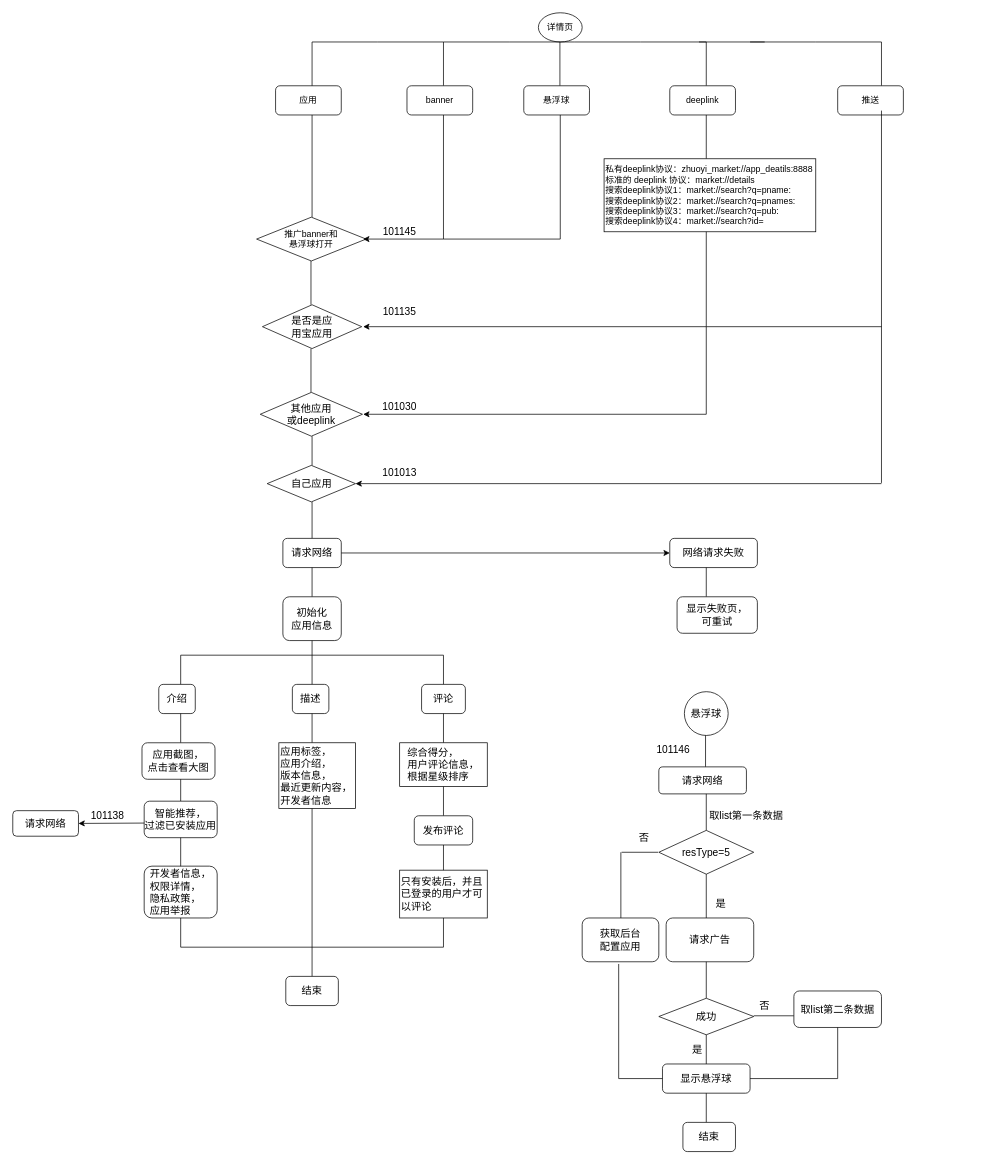
The draw.io diagram page "Page-1" (1 of 3) of screen/Untitled Diagram.drawio in scottcod/Wandroid, before the edit. Source tidied: cells renumbered, new cells numbered last; positions are measured from the earlier drawing's top-left corner, leaving out a move shared by most shapes. Both pictures are drawn from the tidied source at 73%, with x=0, y=0 at pixel (12, 12).
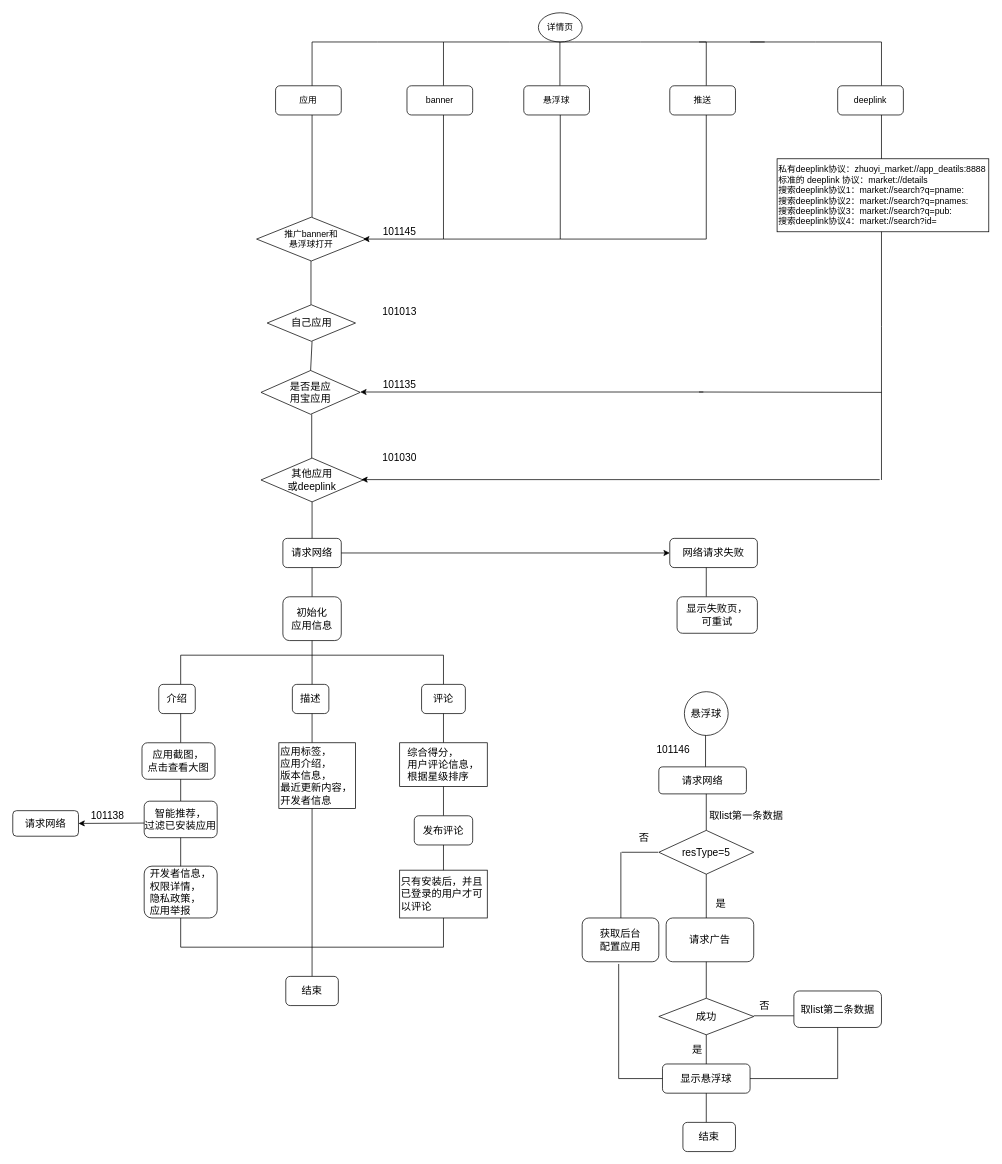
Above is the later version.

Change to the diagram source:
```diff
@@
-    <mxCell id="20" value="deeplink" style="rounded=1;whiteSpace=wrap;html=1;" parent="1" vertex="1">
+    <mxCell id="20" value="推送" style="rounded=1;whiteSpace=wrap;html=1;" parent="1" vertex="1">
       <mxGeometry x="900" y="100" width="90" height="40" as="geometry" />
     </mxCell>
-    <mxCell id="21" value="推送" style="rounded=1;whiteSpace=wrap;html=1;" parent="1" vertex="1">
+    <mxCell id="21" value="deeplink" style="rounded=1;whiteSpace=wrap;html=1;" parent="1" vertex="1">
       <mxGeometry x="1130" y="100" width="90" height="40" as="geometry" />
     </mxCell>
@@
     <mxCell id="24" style="endArrow=none;html=1;endSize=6;" parent="1" edge="1">
       <mxGeometry relative="1" as="geometry">
-        <mxPoint x="950" y="200" as="sourcePoint" />
+        <mxPoint x="950" y="310" as="sourcePoint" />
         <mxPoint x="950" y="140" as="targetPoint" />
       </mxGeometry>
     </mxCell>
     <mxCell id="25" value="&lt;div&gt;私有deeplink协议：zhuoyi_market://app_deatils:8888&lt;/div&gt;&lt;div&gt;标准的 deeplink 协议：market://details&lt;/div&gt;&lt;div&gt;搜索deeplink协议1：market://search?q=pname:&lt;/div&gt;&lt;div&gt;搜索deeplink协议2：market://search?q=pnames:&lt;/div&gt;&lt;div&gt;搜索deeplink协议3：market://search?q=pub:&lt;/div&gt;&lt;div&gt;搜索deeplink协议4：market://search?id=&lt;/div&gt;" style="rounded=0;whiteSpace=wrap;html=1;align=left;" parent="1" vertex="1">
-      <mxGeometry x="810" y="200" width="290" height="100" as="geometry" />
+      <mxGeometry x="1047" y="200" width="290" height="100" as="geometry" />
     </mxCell>
     <mxCell id="26" style="endArrow=none;html=1;endSize=6;" parent="1" edge="1">
       <mxGeometry relative="1" as="geometry">
-        <mxPoint x="408.5" y="520" as="sourcePoint" />
-        <mxPoint x="408.5" y="460" as="targetPoint" />
+        <mxPoint x="409.5" y="610" as="sourcePoint" />
+        <mxPoint x="409.5" y="550" as="targetPoint" />
       </mxGeometry>
     </mxCell>
@@
     <mxCell id="28" value="其他应用&lt;br&gt;或deeplink" style="rhombus;whiteSpace=wrap;html=1;fontSize=14;align=center;" parent="1" vertex="1">
-      <mxGeometry x="339" y="520" width="140" height="60" as="geometry" />
+      <mxGeometry x="340" y="610" width="140" height="60" as="geometry" />
     </mxCell>
     <mxCell id="29" value="自己应用" style="rhombus;whiteSpace=wrap;html=1;fontSize=14;align=center;" parent="1" vertex="1">
-      <mxGeometry x="348.5" y="620" width="121" height="50" as="geometry" />
+      <mxGeometry x="348.5" y="400" width="121" height="50" as="geometry" />
     </mxCell>
-    <mxCell id="30" style="endArrow=none;html=1;fontSize=14;endSize=6;" parent="1" edge="1">
-      <mxGeometry relative="1" as="geometry">
-        <mxPoint x="410" y="620" as="sourcePoint" />
-        <mxPoint x="410" y="580" as="targetPoint" />
-      </mxGeometry>
-    </mxCell>
@@
-    <mxCell id="35" style="endArrow=none;html=1;fontSize=14;endSize=6;" parent="1" edge="1">
-      <mxGeometry relative="1" as="geometry">
-        <mxPoint x="950" y="430" as="sourcePoint" />
-        <mxPoint x="950" y="300" as="targetPoint" />
-      </mxGeometry>
-    </mxCell>
     <mxCell id="36" style="endArrow=classic;html=1;fontSize=14;endSize=6;" parent="1" edge="1">
       <mxGeometry relative="1" as="geometry">
-        <mxPoint x="950" y="430" as="sourcePoint" />
-        <mxPoint x="480" y="430" as="targetPoint" />
+        <mxPoint x="946" y="519.5" as="sourcePoint" />
+        <mxPoint x="476" y="519.5" as="targetPoint" />
       </mxGeometry>
     </mxCell>
-    <mxCell id="37" style="endArrow=none;html=1;fontSize=14;endSize=6;" parent="1" edge="1">
-      <mxGeometry relative="1" as="geometry">
-        <mxPoint x="950" y="550" as="sourcePoint" />
-        <mxPoint x="950" y="430" as="targetPoint" />
-      </mxGeometry>
-    </mxCell>
     <mxCell id="38" style="endArrow=classic;html=1;fontSize=14;endSize=6;" parent="1" edge="1">
       <mxGeometry relative="1" as="geometry">
-        <mxPoint x="950" y="550" as="sourcePoint" />
-        <mxPoint x="480" y="550" as="targetPoint" />
+        <mxPoint x="1187.5" y="639.5" as="sourcePoint" />
+        <mxPoint x="477.5" y="639.5" as="targetPoint" />
       </mxGeometry>
     </mxCell>
-    <mxCell id="39" style="endArrow=none;html=1;fontSize=14;endSize=6;" parent="1" edge="1">
-      <mxGeometry relative="1" as="geometry">
-        <mxPoint x="1190" y="644" as="sourcePoint" />
-        <mxPoint x="1190" y="134" as="targetPoint" />
-      </mxGeometry>
-    </mxCell>
-    <mxCell id="40" style="endArrow=classic;html=1;fontSize=14;endSize=6;entryX=1;entryY=0.5;entryDx=0;entryDy=0;" parent="1" edge="1" target="29">
-      <mxGeometry relative="1" as="geometry">
-        <mxPoint x="1190" y="645" as="sourcePoint" />
-      </mxGeometry>
-    </mxCell>
@@
     <mxCell id="45" value="是否是应&lt;br&gt;用宝应用" style="rhombus;whiteSpace=wrap;html=1;fontSize=14;align=center;" parent="1" vertex="1">
-      <mxGeometry x="342" y="400" width="136" height="60" as="geometry" />
+      <mxGeometry x="340" y="490" width="136" height="60" as="geometry" />
     </mxCell>
     <mxCell id="46" style="endArrow=none;html=1;fontSize=14;endSize=6;" parent="1" edge="1">
       <mxGeometry relative="1" as="geometry">
-        <mxPoint x="950" y="430" as="sourcePoint" />
-        <mxPoint x="1190" y="430" as="targetPoint" />
+        <mxPoint x="940" y="519.5" as="sourcePoint" />
+        <mxPoint x="1190" y="520" as="targetPoint" />
       </mxGeometry>
     </mxCell>
@@
     <mxCell id="69" value="101135" style="text;html=1;strokeColor=none;fillColor=none;align=center;verticalAlign=middle;whiteSpace=wrap;rounded=0;fontSize=14;" parent="1" vertex="1">
-      <mxGeometry x="510" y="400" width="40" height="20" as="geometry" />
+      <mxGeometry x="510" y="500" width="40" height="20" as="geometry" />
     </mxCell>
@@
     <mxCell id="71" value="101030" style="text;html=1;strokeColor=none;fillColor=none;align=center;verticalAlign=middle;whiteSpace=wrap;rounded=0;fontSize=14;" parent="1" vertex="1">
-      <mxGeometry x="510" y="530" width="40" height="20" as="geometry" />
+      <mxGeometry x="510" y="600" width="40" height="20" as="geometry" />
     </mxCell>
     <mxCell id="72" value="101013" style="text;html=1;strokeColor=none;fillColor=none;align=center;verticalAlign=middle;whiteSpace=wrap;rounded=0;fontSize=14;" parent="1" vertex="1">
-      <mxGeometry x="510" y="620" width="40" height="20" as="geometry" />
+      <mxGeometry x="510" y="400" width="40" height="20" as="geometry" />
     </mxCell>
@@
+    <mxCell id="113" style="endArrow=none;html=1;endSize=6;" parent="1" edge="1">
+      <mxGeometry relative="1" as="geometry">
+        <mxPoint x="1190" y="200" as="sourcePoint" />
+        <mxPoint x="1190" y="140" as="targetPoint" />
+      </mxGeometry>
+    </mxCell>
+    <mxCell id="114" style="endArrow=none;html=1;fontSize=14;endSize=6;" parent="1" edge="1">
+      <mxGeometry relative="1" as="geometry">
+        <mxPoint x="750" y="310" as="sourcePoint" />
+        <mxPoint x="950" y="310" as="targetPoint" />
+      </mxGeometry>
+    </mxCell>
+    <mxCell id="115" style="endArrow=none;html=1;fontSize=14;endSize=6;" parent="1" edge="1">
+      <mxGeometry relative="1" as="geometry">
+        <mxPoint x="1190" y="430" as="sourcePoint" />
+        <mxPoint x="1190" y="300" as="targetPoint" />
+      </mxGeometry>
+    </mxCell>
+    <mxCell id="116" style="endArrow=none;html=1;fontSize=14;endSize=6;" parent="1" edge="1">
+      <mxGeometry relative="1" as="geometry">
+        <mxPoint x="1190" y="640" as="sourcePoint" />
+        <mxPoint x="1190" y="430" as="targetPoint" />
+      </mxGeometry>
+    </mxCell>
+    <mxCell id="117" style="endArrow=none;html=1;fontSize=14;endSize=6;exitX=0.5;exitY=0;exitDx=0;exitDy=0;" parent="1" edge="1" source="45">
+      <mxGeometry relative="1" as="geometry">
+        <mxPoint x="410" y="450" as="targetPoint" />
+      </mxGeometry>
+    </mxCell>
```
